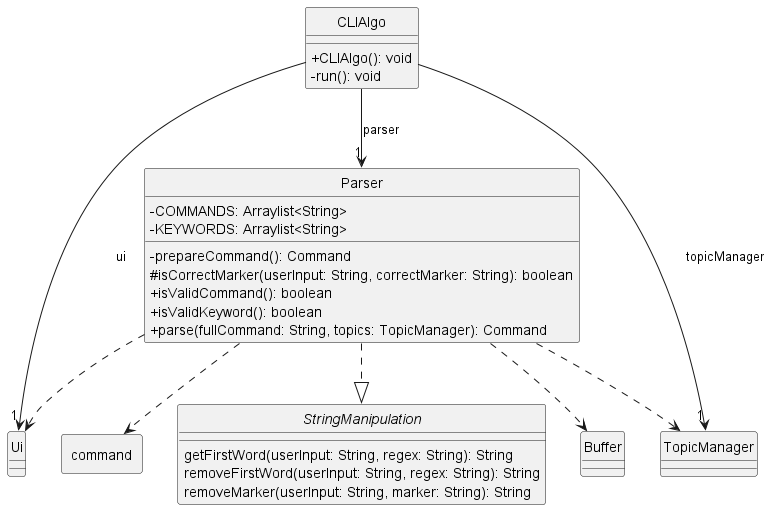
Above: docs/class-diagrams/diagrams/ParserClass.png in ong-ck/tp (PlantUML), before the change. The source it was exported from:
```plantuml
@startuml
skinparam classAttributeIconSize 0
hide circle
class Parser {
-COMMANDS: Arraylist<String>
-KEYWORDS: Arraylist<String>

-prepareCommand(): Command
#isCorrectMarker(userInput: String, correctMarker: String): boolean
+isValidCommand(): boolean
+isValidKeyword(): boolean
+parse(fullCommand: String, topics: TopicManager): Command
}

interface StringManipulation {
getFirstWord(userInput: String, regex: String): String
removeFirstWord(userInput: String, regex: String): String
removeMarker(userInput: String, marker: String): String
}

class Ui {
}

class TopicManager {
}

class Buffer {
}

class CLIAlgo {
+CLIAlgo(): void
-run(): void
}

package command <<rectangle>>{
}

CLIAlgo --> "1" Ui : ui
CLIAlgo --> "1" TopicManager : topicManager
CLIAlgo --> "1" Parser : parser
Parser ..|> StringManipulation
Parser ..> Ui
Parser ..> TopicManager
Parser ..> command
Parser ..> Buffer


@enduml
```
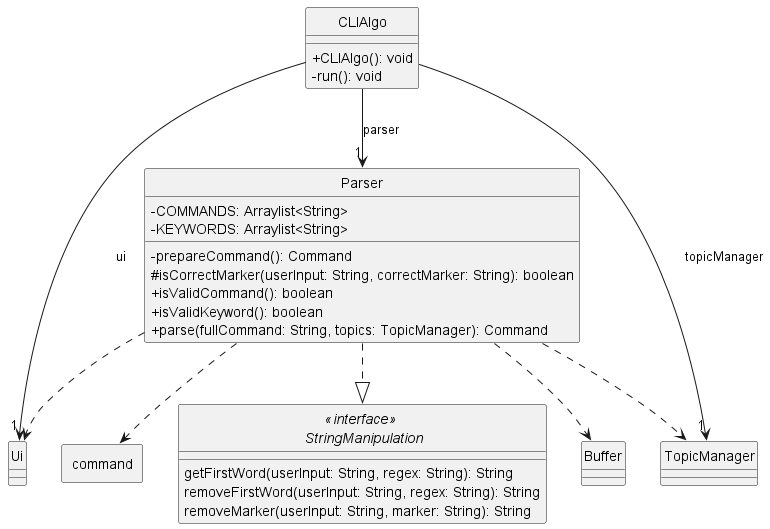
Above is the later version.

Commit message:
Update Parser class diagram in DG

What changed in the source:
```diff
@@ -1,6 +1,9 @@
 @startuml
 skinparam classAttributeIconSize 0
 hide circle
+
+class "<<interface>> \n StringManipulation" as StringManipulation
+
 class Parser {
 -COMMANDS: Arraylist<String>
 -KEYWORDS: Arraylist<String>
@@ -43,6 +46,4 @@
 Parser ..> TopicManager
 Parser ..> command
 Parser ..> Buffer
-
-
 @enduml
```
